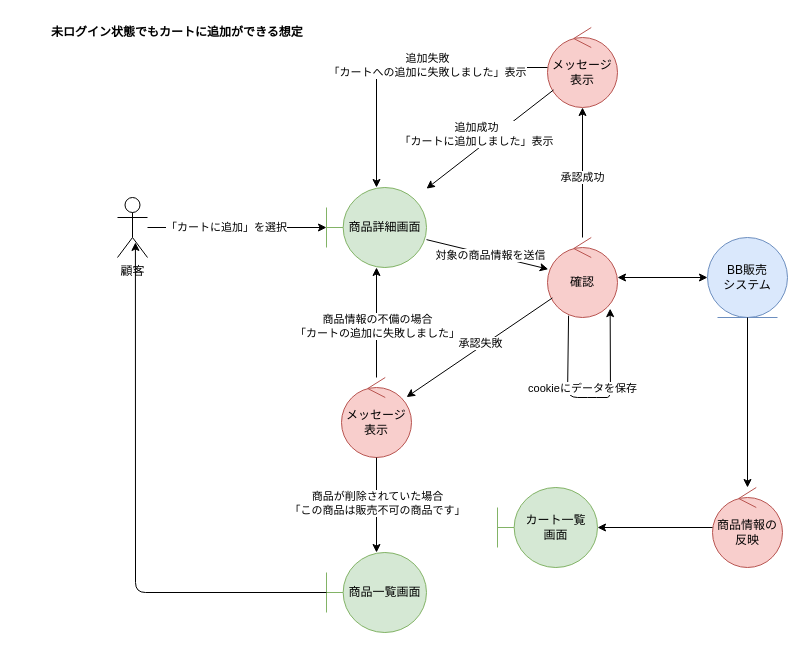
Earlier version of the draw.io diagram BB/analysis_cart.drawio (FujikawaHirono0520/group3_1_dogdog). Source tidied: cells renumbered, new cells numbered last; positions are measured from the earlier drawing's top-left corner, leaving out a move shared by most shapes. Both pictures are drawn from the tidied source at 100%, with x=0, y=0 at pixel (17, 17).
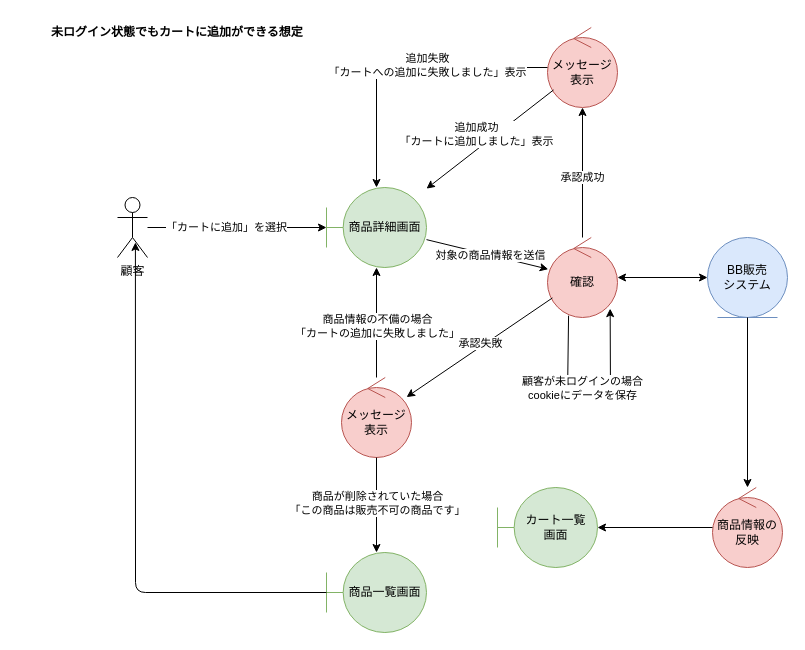
After the change.

Commit message (it also covers changes not shown here):
change sentence of object

The change refers to these unchanged cells:
```xml
<mxCell id="32" style="endArrow=classic;html=1;exitX=0.301;exitY=0.977;exitDx=0;exitDy=0;exitPerimeter=0;entryX=0.895;entryY=0.889;entryDx=0;entryDy=0;entryPerimeter=0;" parent="1" edge="1" source="9" target="9">
  <mxGeometry relative="1" as="geometry">
    <Array as="points">
      <mxPoint x="550" y="380" />
      <mxPoint x="580" y="380" />
      <mxPoint x="593" y="380" />
    </Array>
  </mxGeometry>
</mxCell>
```

The edit, as a diff of the source:
```diff
@@
-    <mxCell id="33" value="cookieにデータを保存" style="edgeLabel;html=1;align=center;verticalAlign=middle;" parent="32" vertex="1">
+    <mxCell id="33" value="&lt;div&gt;顧客が未ログインの場合&lt;/div&gt;cookieにデータを保存" style="edgeLabel;html=1;align=center;verticalAlign=middle;" parent="32" vertex="1">
       <mxGeometry x="-0.07" y="-3" relative="1" as="geometry">
         <mxPoint x="-3" y="-13" as="offset" />
       </mxGeometry>
     </mxCell>
```
